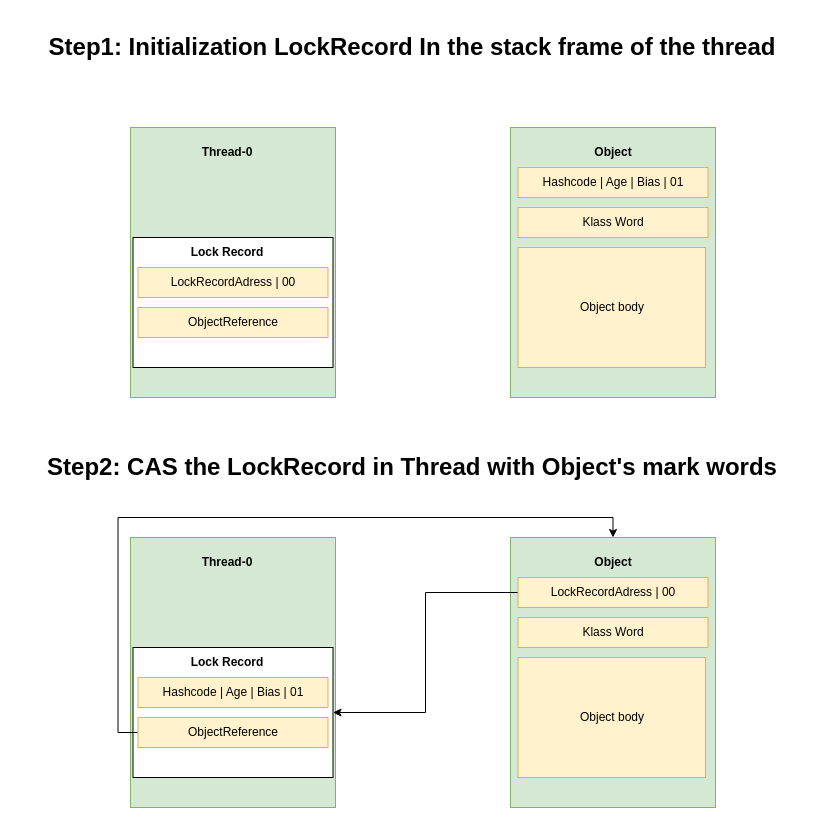
Earlier version of the draw.io diagram lightweighLock.drawio (JoeChen-YT/JUC-Self-Learning). Source tidied: cells renumbered, new cells numbered last; positions are measured from the earlier drawing's top-left corner, leaving out a move shared by most shapes. Both pictures are drawn from the tidied source at 100%, with x=0, y=0 at pixel (17, 17).
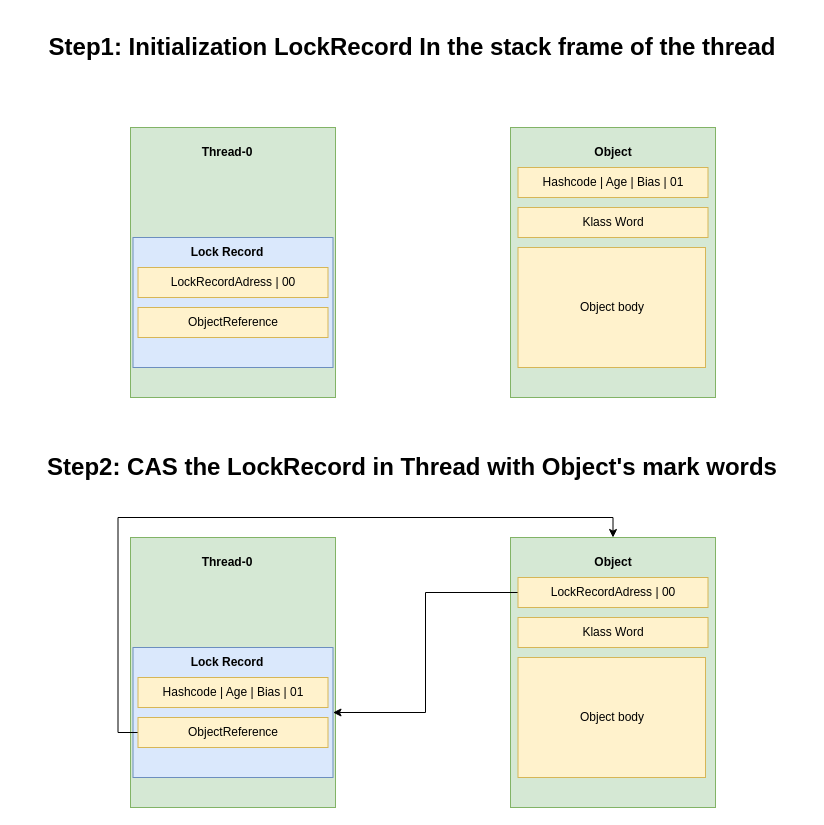
Above is the later version.

The edit, as a diff of the source:
```diff
@@
-    <mxCell id="9" style="rounded=0;whiteSpace=wrap;html=1;" parent="1" vertex="1">
+    <mxCell id="9" style="rounded=0;whiteSpace=wrap;html=1;fillColor=#dae8fc;strokeColor=#6c8ebf;" parent="1" vertex="1">
       <mxGeometry x="115.5" y="220" width="200" height="130" as="geometry" />
     </mxCell>
@@
-    <mxCell id="21" style="rounded=0;whiteSpace=wrap;html=1;" parent="1" vertex="1">
+    <mxCell id="21" style="rounded=0;whiteSpace=wrap;html=1;fillColor=#dae8fc;strokeColor=#6c8ebf;" parent="1" vertex="1">
       <mxGeometry x="115.5" y="630" width="200" height="130" as="geometry" />
     </mxCell>
```
